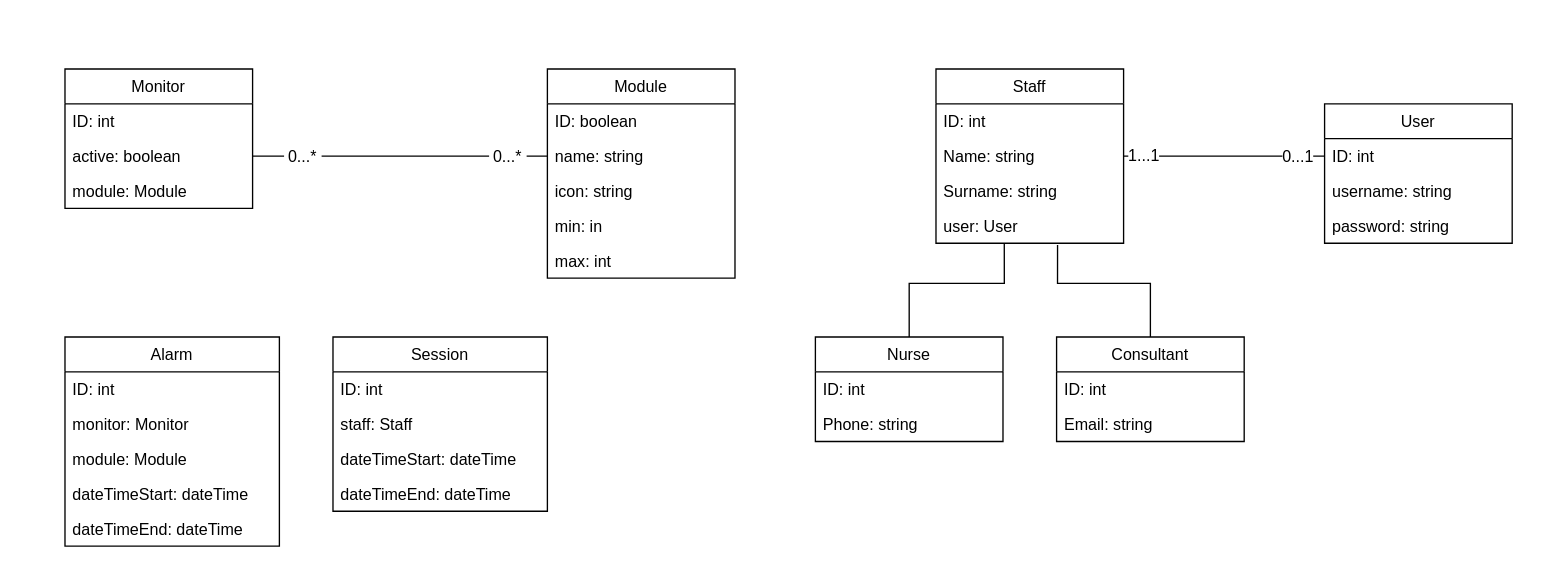
The draw.io diagram page "Page-1" (1 of 2) of Diagrams/Class_diagram.drawio in va-it/spital, before the edit. Source tidied: cells renumbered, new cells numbered last; positions are measured from the earlier drawing's top-left corner, leaving out a move shared by most shapes. Both pictures are drawn from the tidied source at 134%, with x=0, y=0 at pixel (64, 68).
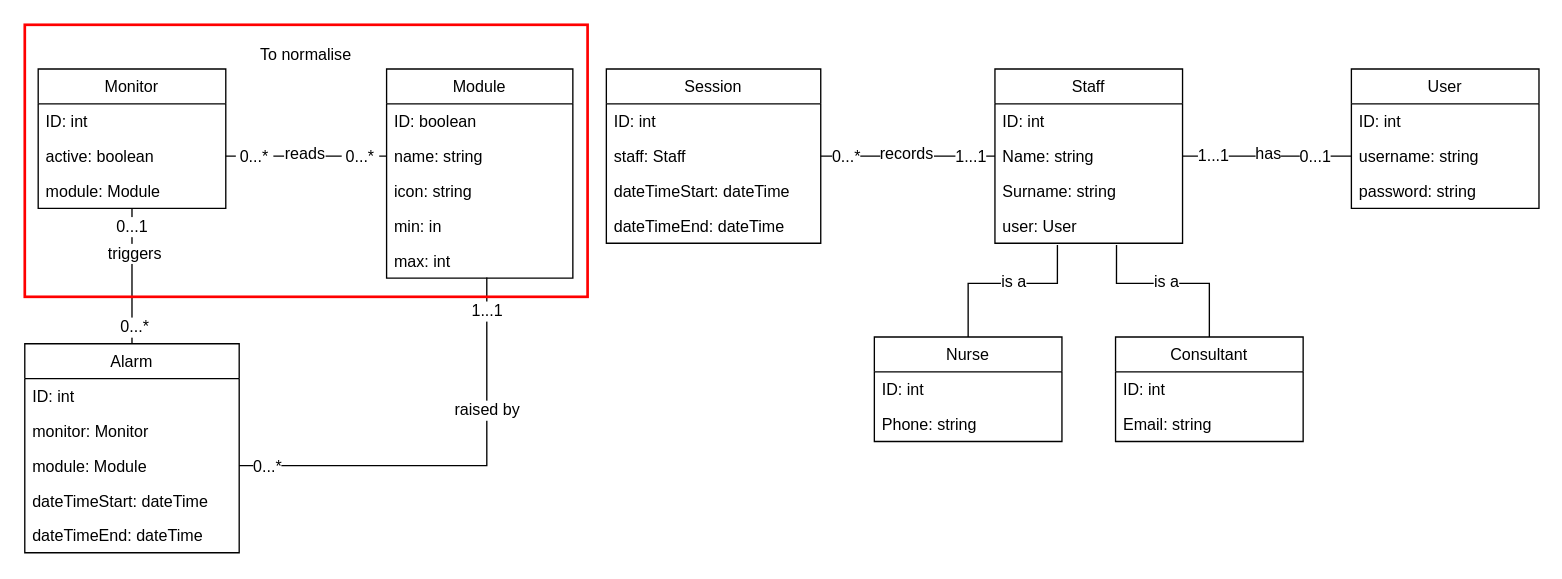
Above is the later version.

Commit message:
Added more details and connections to class diagram and one more page for normalisation

Unchanged cells that the change refers to:
```xml
<mxCell id="12" style="edgeStyle=orthogonalEdgeStyle;rounded=0;jettySize=auto;html=1;exitX=1;exitY=0.5;exitDx=0;exitDy=0;entryX=0;entryY=0.5;entryDx=0;entryDy=0;endArrow=none;endFill=0;" parent="1" edge="1" source="4" target="8">
  <mxGeometry relative="1" as="geometry" />
</mxCell>
<mxCell id="17" value="Name: string" style="text;strokeColor=none;fillColor=none;align=left;verticalAlign=top;spacingLeft=4;spacingRight=4;overflow=hidden;points=[[0,0.5],[1,0.5]];portConstraint=eastwest;" parent="15" vertex="1">
  <mxGeometry y="52" width="140" height="26" as="geometry" />
</mxCell>
<mxCell id="19" value="user: User" style="text;strokeColor=none;fillColor=none;align=left;verticalAlign=top;spacingLeft=4;spacingRight=4;overflow=hidden;points=[[0,0.5],[1,0.5]];portConstraint=eastwest;" parent="15" vertex="1">
  <mxGeometry y="104" width="140" height="26" as="geometry" />
</mxCell>
<mxCell id="21" value="ID: int" style="text;strokeColor=none;fillColor=none;align=left;verticalAlign=top;spacingLeft=4;spacingRight=4;overflow=hidden;points=[[0,0.5],[1,0.5]];portConstraint=eastwest;" parent="20" vertex="1">
  <mxGeometry y="26" width="140" height="26" as="geometry" />
</mxCell>
<mxCell id="22" value="username: string" style="text;strokeColor=none;fillColor=none;align=left;verticalAlign=top;spacingLeft=4;spacingRight=4;overflow=hidden;points=[[0,0.5],[1,0.5]];portConstraint=eastwest;" parent="20" vertex="1">
  <mxGeometry y="52" width="140" height="26" as="geometry" />
</mxCell>
<mxCell id="38" value="module: Module" style="text;strokeColor=none;fillColor=none;align=left;verticalAlign=top;spacingLeft=4;spacingRight=4;overflow=hidden;points=[[0,0.5],[1,0.5]];portConstraint=eastwest;" parent="35" vertex="1">
  <mxGeometry y="78" width="160" height="26" as="geometry" />
</mxCell>
<mxCell id="43" value="staff: Staff" style="text;strokeColor=none;fillColor=none;align=left;verticalAlign=top;spacingLeft=4;spacingRight=4;overflow=hidden;points=[[0,0.5],[1,0.5]];portConstraint=eastwest;" parent="41" vertex="1">
  <mxGeometry y="52" width="160" height="26" as="geometry" />
</mxCell>
```

What changed in the source:
```diff
@@
+    <mxCell id="46" style="edgeStyle=orthogonalEdgeStyle;rounded=0;jettySize=auto;html=1;exitX=0.5;exitY=1;exitDx=0;exitDy=0;entryX=0.5;entryY=0;entryDx=0;entryDy=0;endArrow=none;endFill=0;" parent="1" edge="1" source="2" target="35">
+      <mxGeometry relative="1" as="geometry" />
+    </mxCell>
+    <mxCell id="47" value="0...1" style="text;html=1;align=center;verticalAlign=middle;labelBackgroundColor=#ffffff;" parent="46" vertex="1">
+      <mxGeometry x="-0.75" y="-1" relative="1" as="geometry" />
+    </mxCell>
+    <mxCell id="48" value="0...*" style="text;html=1;align=center;verticalAlign=middle;labelBackgroundColor=#ffffff;" parent="46" vertex="1">
+      <mxGeometry x="0.74" y="1" relative="1" as="geometry" />
+    </mxCell>
+    <mxCell id="49" value="triggers" style="text;html=1;align=center;verticalAlign=middle;labelBackgroundColor=#ffffff;" parent="46" vertex="1">
+      <mxGeometry x="0.09" y="5" relative="1" as="geometry">
+        <mxPoint x="-4" y="-22" as="offset" />
+      </mxGeometry>
+    </mxCell>
     <mxCell id="2" value="Monitor" style="swimlane;fontStyle=0;horizontal=1;startSize=26;fillColor=none;" parent="1" vertex="1">
-      <mxGeometry width="140" height="104" as="geometry" />
+      <mxGeometry x="-20" width="140" height="104" as="geometry" />
     </mxCell>
@@
     <mxCell id="6" value="Module" style="swimlane;fontStyle=0;horizontal=1;startSize=26;fillColor=none;" parent="1" vertex="1">
-      <mxGeometry x="360" width="140" height="156" as="geometry" />
+      <mxGeometry x="240" width="139" height="156" as="geometry" />
     </mxCell>
     <mxCell id="7" value="ID: boolean" style="text;strokeColor=none;fillColor=none;align=left;verticalAlign=top;spacingLeft=4;spacingRight=4;overflow=hidden;" parent="6" vertex="1">
-      <mxGeometry y="26" width="140" height="26" as="geometry" />
+      <mxGeometry y="26" width="139" height="26" as="geometry" />
     </mxCell>
     <mxCell id="8" value="name: string" style="text;strokeColor=none;fillColor=none;align=left;verticalAlign=top;spacingLeft=4;spacingRight=4;overflow=hidden;points=[[0,0.5],[1,0.5]];portConstraint=eastwest;" parent="6" vertex="1">
-      <mxGeometry y="52" width="140" height="26" as="geometry" />
+      <mxGeometry y="52" width="139" height="26" as="geometry" />
     </mxCell>
     <mxCell id="9" value="icon: string" style="text;strokeColor=none;fillColor=none;align=left;verticalAlign=top;spacingLeft=4;spacingRight=4;overflow=hidden;" parent="6" vertex="1">
-      <mxGeometry y="78" width="140" height="26" as="geometry" />
+      <mxGeometry y="78" width="139" height="26" as="geometry" />
     </mxCell>
     <mxCell id="10" value="min: in" style="text;strokeColor=none;fillColor=none;align=left;verticalAlign=top;spacingLeft=4;spacingRight=4;overflow=hidden;" parent="6" vertex="1">
-      <mxGeometry y="104" width="140" height="26" as="geometry" />
+      <mxGeometry y="104" width="139" height="26" as="geometry" />
     </mxCell>
     <mxCell id="11" value="max: int" style="text;strokeColor=none;fillColor=none;align=left;verticalAlign=top;spacingLeft=4;spacingRight=4;overflow=hidden;points=[[0,0.5],[1,0.5]];portConstraint=eastwest;" parent="6" vertex="1">
-      <mxGeometry y="130" width="140" height="26" as="geometry" />
+      <mxGeometry y="130" width="139" height="26" as="geometry" />
     </mxCell>
@@
     <mxCell id="14" value="&amp;nbsp;0...*&amp;nbsp;" style="text;html=1;align=center;verticalAlign=middle;labelBackgroundColor=#ffffff;" parent="12" vertex="1">
-      <mxGeometry x="0.72" relative="1" as="geometry" />
+      <mxGeometry x="0.72" relative="1" as="geometry">
+        <mxPoint x="-4" as="offset" />
+      </mxGeometry>
     </mxCell>
+    <mxCell id="50" value="reads" style="text;html=1;align=center;verticalAlign=middle;labelBackgroundColor=#ffffff;" parent="12" vertex="1">
+      <mxGeometry x="0.16" y="1" relative="1" as="geometry">
+        <mxPoint x="-12" y="-1" as="offset" />
+      </mxGeometry>
+    </mxCell>
     <mxCell id="15" value="Staff" style="swimlane;fontStyle=0;horizontal=1;startSize=26;fillColor=none;" parent="1" vertex="1">
-      <mxGeometry x="650" width="140" height="130" as="geometry" />
+      <mxGeometry x="694" width="140" height="130" as="geometry" />
     </mxCell>
@@
     <mxCell id="20" value="User" style="swimlane;fontStyle=0;horizontal=1;startSize=26;fillColor=none;" parent="1" vertex="1">
-      <mxGeometry x="940" y="26" width="140" height="104" as="geometry" />
+      <mxGeometry x="960" width="140" height="104" as="geometry" />
     </mxCell>
@@
-    <mxCell id="24" style="edgeStyle=orthogonalEdgeStyle;rounded=0;jettySize=auto;html=1;exitX=0.5;exitY=0;exitDx=0;exitDy=0;entryX=0.364;entryY=1;entryDx=0;entryDy=0;entryPerimeter=0;endArrow=none;endFill=0;" parent="1" edge="1" source="25" target="19">
+    <mxCell id="24" style="edgeStyle=orthogonalEdgeStyle;rounded=0;jettySize=auto;html=1;exitX=0.5;exitY=0;exitDx=0;exitDy=0;entryX=0.333;entryY=1.051;entryDx=0;entryDy=0;entryPerimeter=0;endArrow=none;endFill=0;" parent="1" edge="1" source="25" target="19">
       <mxGeometry relative="1" as="geometry">
         <Array as="points">
-          <mxPoint x="630" y="160" />
-          <mxPoint x="701" y="160" />
+          <mxPoint x="674" y="160" />
+          <mxPoint x="741" y="160" />
         </Array>
       </mxGeometry>
     </mxCell>
+    <mxCell id="51" value="is a" style="text;html=1;align=center;verticalAlign=middle;labelBackgroundColor=#ffffff;" parent="24" vertex="1">
+      <mxGeometry x="0.27" relative="1" as="geometry">
+        <mxPoint x="-13" y="-2" as="offset" />
+      </mxGeometry>
+    </mxCell>
     <mxCell id="25" value="Nurse" style="swimlane;fontStyle=0;horizontal=1;startSize=26;fillColor=none;" parent="1" vertex="1">
-      <mxGeometry x="560" y="200" width="140" height="78" as="geometry" />
+      <mxGeometry x="604" y="200" width="140" height="78" as="geometry" />
     </mxCell>
@@
     <mxCell id="28" style="edgeStyle=orthogonalEdgeStyle;rounded=0;jettySize=auto;html=1;exitX=0.5;exitY=0;exitDx=0;exitDy=0;entryX=0.648;entryY=1.051;entryDx=0;entryDy=0;entryPerimeter=0;endArrow=none;endFill=0;" parent="1" edge="1" source="29" target="19">
       <mxGeometry relative="1" as="geometry">
         <Array as="points">
-          <mxPoint x="810" y="160" />
-          <mxPoint x="741" y="160" />
+          <mxPoint x="814" y="160" />
+          <mxPoint x="745" y="160" />
         </Array>
       </mxGeometry>
     </mxCell>
+    <mxCell id="52" value="is a" style="text;html=1;align=center;verticalAlign=middle;labelBackgroundColor=#ffffff;" parent="28" vertex="1">
+      <mxGeometry x="0.06" relative="1" as="geometry">
+        <mxPoint y="-2" as="offset" />
+      </mxGeometry>
+    </mxCell>
     <mxCell id="29" value="Consultant" style="swimlane;fontStyle=0;horizontal=1;startSize=26;fillColor=none;" parent="1" vertex="1">
-      <mxGeometry x="740" y="200" width="140" height="78" as="geometry" />
+      <mxGeometry x="784" y="200" width="140" height="78" as="geometry" />
     </mxCell>
@@
-    <mxCell id="32" style="edgeStyle=orthogonalEdgeStyle;rounded=0;jettySize=auto;html=1;exitX=1;exitY=0.5;exitDx=0;exitDy=0;entryX=0;entryY=0.5;entryDx=0;entryDy=0;endArrow=none;endFill=0;" parent="1" edge="1" source="17" target="21">
+    <mxCell id="32" style="edgeStyle=orthogonalEdgeStyle;rounded=0;jettySize=auto;html=1;exitX=1;exitY=0.5;exitDx=0;exitDy=0;endArrow=none;endFill=0;entryX=0;entryY=0.5;entryDx=0;entryDy=0;" parent="1" edge="1" source="17" target="22">
       <mxGeometry relative="1" as="geometry" />
     </mxCell>
     <mxCell id="33" value="0...1" style="text;html=1;align=center;verticalAlign=middle;labelBackgroundColor=#ffffff;" parent="32" vertex="1">
-      <mxGeometry x="0.72" relative="1" as="geometry" />
+      <mxGeometry x="0.72" relative="1" as="geometry">
+        <mxPoint x="-10" as="offset" />
+      </mxGeometry>
     </mxCell>
     <mxCell id="34" value="1...1" style="text;html=1;align=center;verticalAlign=middle;labelBackgroundColor=#ffffff;" parent="32" vertex="1">
-      <mxGeometry x="-0.81" y="1" relative="1" as="geometry" />
+      <mxGeometry x="-0.81" y="1" relative="1" as="geometry">
+        <mxPoint x="10" as="offset" />
+      </mxGeometry>
     </mxCell>
+    <mxCell id="53" value="has" style="text;html=1;align=center;verticalAlign=middle;labelBackgroundColor=#ffffff;" parent="32" vertex="1">
+      <mxGeometry x="-0.18" y="3" relative="1" as="geometry">
+        <mxPoint x="11.5" y="1" as="offset" />
+      </mxGeometry>
+    </mxCell>
     <mxCell id="35" value="Alarm" style="swimlane;fontStyle=0;horizontal=1;startSize=26;fillColor=none;" parent="1" vertex="1">
-      <mxGeometry y="200" width="160" height="156" as="geometry" />
+      <mxGeometry x="-30" y="205" width="160" height="156" as="geometry" />
     </mxCell>
@@
     <mxCell id="41" value="Session" style="swimlane;fontStyle=0;horizontal=1;startSize=26;fillColor=none;" parent="1" vertex="1">
-      <mxGeometry x="200" y="200" width="160" height="130" as="geometry" />
+      <mxGeometry x="404" width="160" height="130" as="geometry" />
     </mxCell>
@@
+    <mxCell id="54" style="edgeStyle=orthogonalEdgeStyle;rounded=0;jettySize=auto;html=1;exitX=1;exitY=0.5;exitDx=0;exitDy=0;entryX=0.538;entryY=0.987;entryDx=0;entryDy=0;entryPerimeter=0;endArrow=none;endFill=0;" parent="1" edge="1" source="38" target="11">
+      <mxGeometry relative="1" as="geometry" />
+    </mxCell>
+    <mxCell id="55" value="0...*" style="text;html=1;align=center;verticalAlign=middle;labelBackgroundColor=#ffffff;" parent="54" vertex="1">
+      <mxGeometry x="-0.91" relative="1" as="geometry">
+        <mxPoint x="5" as="offset" />
+      </mxGeometry>
+    </mxCell>
+    <mxCell id="56" value="1...1" style="text;html=1;align=center;verticalAlign=middle;labelBackgroundColor=#ffffff;" parent="54" vertex="1">
+      <mxGeometry x="0.92" relative="1" as="geometry">
+        <mxPoint y="12" as="offset" />
+      </mxGeometry>
+    </mxCell>
+    <mxCell id="57" value="raised by" style="text;html=1;align=center;verticalAlign=middle;labelBackgroundColor=#ffffff;" parent="54" vertex="1">
+      <mxGeometry x="0.1" y="21" relative="1" as="geometry">
+        <mxPoint x="5" y="-21" as="offset" />
+      </mxGeometry>
+    </mxCell>
+    <mxCell id="58" style="edgeStyle=orthogonalEdgeStyle;rounded=0;jettySize=auto;html=1;exitX=1;exitY=0.5;exitDx=0;exitDy=0;entryX=0;entryY=0.5;entryDx=0;entryDy=0;endArrow=none;endFill=0;" parent="1" edge="1" source="43" target="17">
+      <mxGeometry relative="1" as="geometry" />
+    </mxCell>
+    <mxCell id="59" value="1...1" style="text;html=1;align=center;verticalAlign=middle;labelBackgroundColor=#ffffff;" parent="58" vertex="1">
+      <mxGeometry x="0.75" relative="1" as="geometry">
+        <mxPoint x="-3" as="offset" />
+      </mxGeometry>
+    </mxCell>
+    <mxCell id="60" value="0...*" style="text;html=1;align=center;verticalAlign=middle;labelBackgroundColor=#ffffff;" parent="58" vertex="1">
+      <mxGeometry x="-0.74" relative="1" as="geometry">
+        <mxPoint x="1" as="offset" />
+      </mxGeometry>
+    </mxCell>
+    <mxCell id="61" value="records" style="text;html=1;align=center;verticalAlign=middle;labelBackgroundColor=#ffffff;" parent="58" vertex="1">
+      <mxGeometry x="-0.18" relative="1" as="geometry">
+        <mxPoint x="10" y="-2" as="offset" />
+      </mxGeometry>
+    </mxCell>
+    <mxCell id="62" style="rounded=0;whiteSpace=wrap;html=1;fillColor=none;strokeColor=#FF0000;strokeWidth=2;" parent="1" vertex="1">
+      <mxGeometry x="-30" y="-33" width="420" height="203" as="geometry" />
+    </mxCell>
+    <mxCell id="63" value="To normalise" style="text;html=1;strokeColor=none;fillColor=none;align=center;verticalAlign=middle;whiteSpace=wrap;rounded=0;" parent="1" vertex="1">
+      <mxGeometry x="140" y="-20" width="80" height="20" as="geometry" />
+    </mxCell>
```
